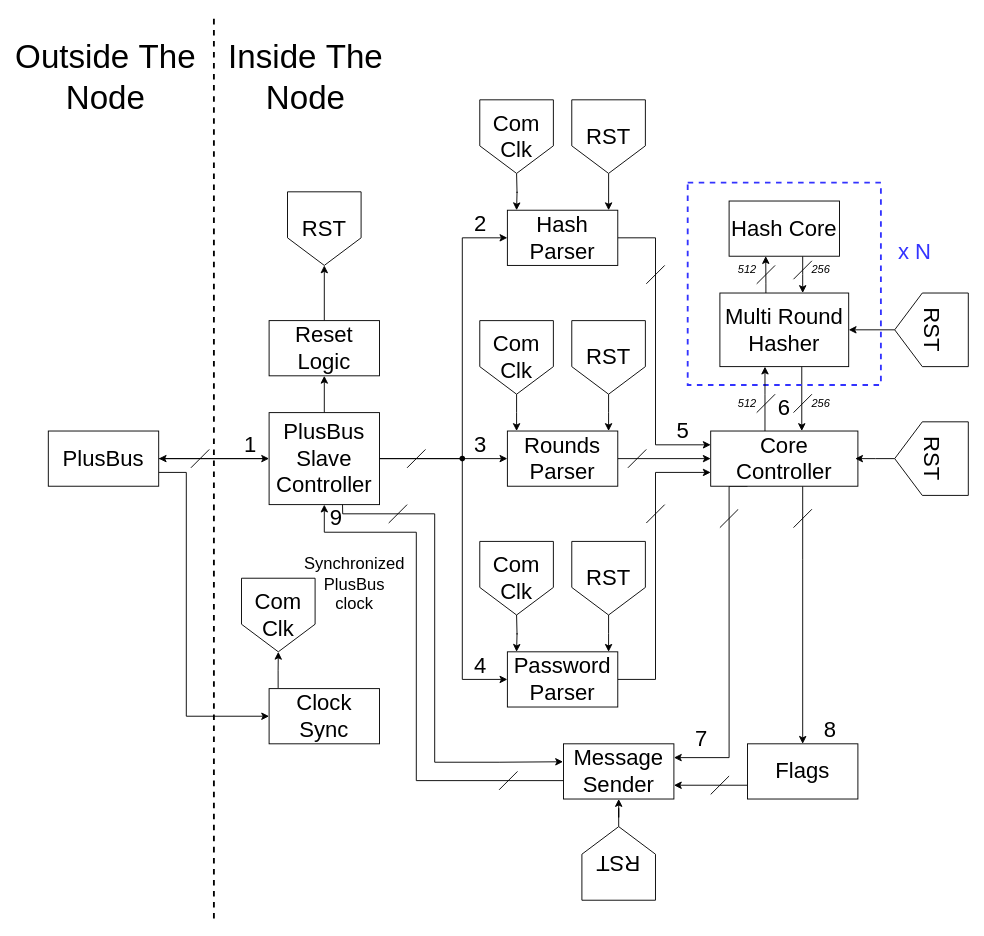
Before: figures/prototype/node_structure/node_structure.drawio in Niclasapdk/ESD3_project, a draw.io diagram. Source tidied: cells renumbered, new cells numbered last; positions are measured from the earlier drawing's top-left corner, leaving out a move shared by most shapes. Both pictures are drawn from the tidied source at 92%, with x=0, y=0 at pixel (29, 17).
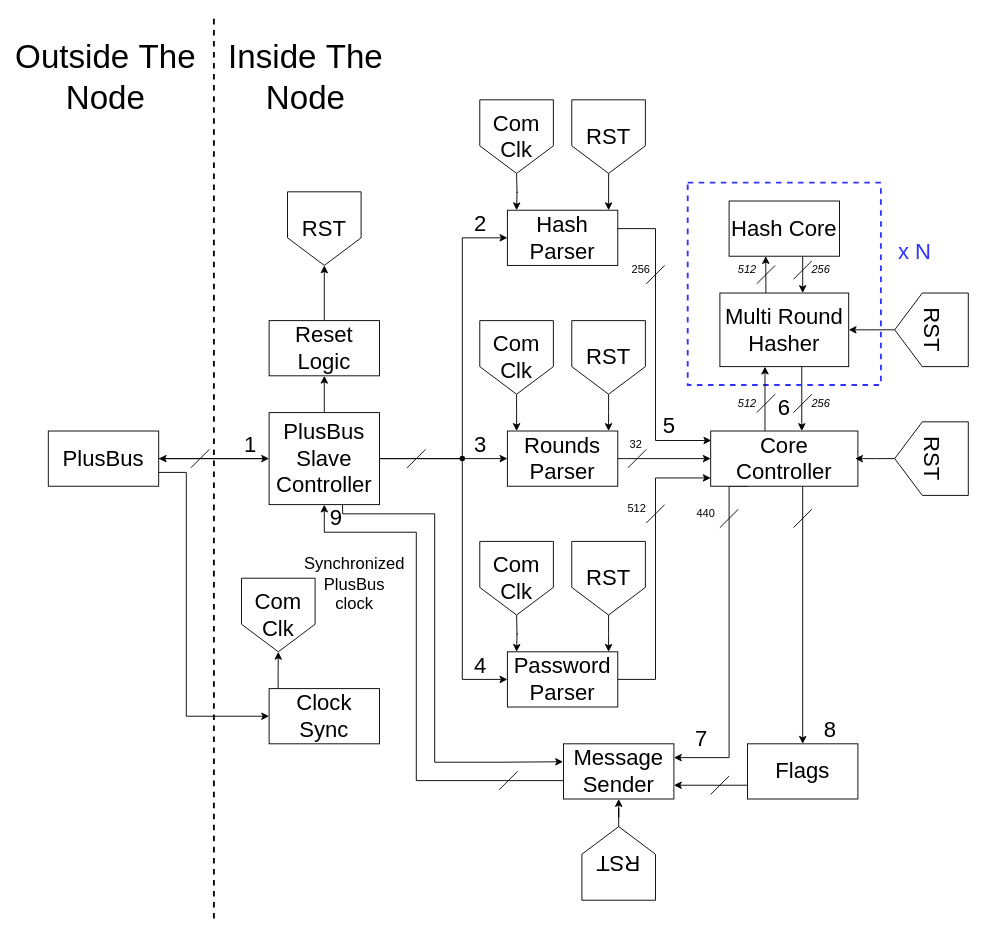
Above is the later version.

Unchanged cells that the change refers to:
```xml
<mxCell id="20" value="&lt;font style=&quot;font-size: 24px;&quot;&gt;Hash Parser&lt;br&gt;&lt;/font&gt;" style="rounded=0;html=1;fontSize=16;whiteSpace=wrap;" parent="1" vertex="1">
  <mxGeometry x="519" y="210" width="120" height="60" as="geometry" />
</mxCell>
<mxCell id="22" value="&lt;font style=&quot;font-size: 24px;&quot;&gt;Password Parser&lt;br&gt;&lt;/font&gt;" style="rounded=0;html=1;fontSize=16;whiteSpace=wrap;" parent="1" vertex="1">
  <mxGeometry x="519" y="690" width="120" height="60" as="geometry" />
</mxCell>
```

What changed in the source:
```diff
@@
-    <mxCell id="19" style="edgeStyle=orthogonalEdgeStyle;rounded=0;jettySize=auto;html=1;entryX=0;entryY=0.25;entryDx=0;entryDy=0;" parent="1" edge="1" source="20" target="37">
+    <mxCell id="19" style="edgeStyle=orthogonalEdgeStyle;rounded=0;jettySize=auto;html=1;entryX=0.004;entryY=0.172;entryDx=0;entryDy=0;entryPerimeter=0;" parent="1" edge="1" target="37">
       <mxGeometry relative="1" as="geometry">
+        <mxPoint x="630" y="230" as="sourcePoint" />
         <Array as="points">
-          <mxPoint x="680" y="240" />
-          <mxPoint x="680" y="465" />
+          <mxPoint x="680" y="230" />
+          <mxPoint x="680" y="460" />
+          <mxPoint x="741" y="460" />
         </Array>
       </mxGeometry>
     </mxCell>
@@
-    <mxCell id="21" style="edgeStyle=orthogonalEdgeStyle;rounded=0;jettySize=auto;html=1;entryX=0;entryY=0.75;entryDx=0;entryDy=0;" parent="1" edge="1" source="22" target="37">
+    <mxCell id="21" style="edgeStyle=orthogonalEdgeStyle;rounded=0;jettySize=auto;html=1;entryX=0;entryY=0.85;entryDx=0;entryDy=0;entryPerimeter=0;" parent="1" edge="1" target="37">
       <mxGeometry relative="1" as="geometry">
+        <mxPoint x="614" y="720" as="sourcePoint" />
         <Array as="points">
           <mxPoint x="680" y="720" />
-          <mxPoint x="680" y="495" />
+          <mxPoint x="680" y="501" />
         </Array>
       </mxGeometry>
     </mxCell>
@@
-    <mxCell id="37" value="&lt;font style=&quot;font-size: 24px;&quot;&gt;Core Controller&lt;br&gt;&lt;/font&gt;" style="rounded=0;html=1;fontSize=16;whiteSpace=wrap;" parent="1" vertex="1">
+    <mxCell id="37" value="&lt;font style=&quot;font-size: 24px;&quot;&gt;Core Controller&lt;br&gt;&lt;/font&gt;" style="rounded=0;html=1;fontSize=16;whiteSpace=wrap;points=[[0,0,0,0,0],[0,0.15,0,0,0],[0,0.5,0,0,0],[0,0.85,0,0,0],[0,1,0,0,0],[0.25,0,0,0,0],[0.25,1,0,0,0],[0.5,0,0,0,0],[0.5,1,0,0,0],[0.75,0,0,0,0],[0.75,1,0,0,0],[1,0,0,0,0],[1,0.25,0,0,0],[1,0.5,0,0,0],[1,0.75,0,0,0],[1,1,0,0,0]];" parent="1" vertex="1">
       <mxGeometry x="740" y="450" width="160" height="60" as="geometry" />
     </mxCell>
@@
     <mxCell id="56" value="&lt;font style=&quot;font-size: 24px;&quot;&gt;5&lt;/font&gt;" style="text;html=1;strokeColor=none;fillColor=none;align=center;verticalAlign=middle;rounded=0;whiteSpace=wrap;" parent="1" vertex="1">
-      <mxGeometry x="680" y="435" width="60" height="30" as="geometry" />
+      <mxGeometry x="680" y="430" width="30" height="30" as="geometry" />
     </mxCell>
@@
-    <mxCell id="80" style="endArrow=none;html=1;rounded=0;" parent="1" edge="1">
-      <mxGeometry relative="1" as="geometry">
-        <mxPoint x="390" y="550" as="sourcePoint" />
-        <mxPoint x="410" y="530" as="targetPoint" />
-      </mxGeometry>
-    </mxCell>
@@
+    <mxCell id="89" value="512" style="text;html=1;strokeColor=none;fillColor=none;align=center;verticalAlign=middle;whiteSpace=wrap;rounded=0;" parent="1" vertex="1">
+      <mxGeometry x="640" y="520" width="40" height="30" as="geometry" />
+    </mxCell>
+    <mxCell id="90" value="256" style="text;html=1;strokeColor=none;fillColor=none;align=center;verticalAlign=middle;whiteSpace=wrap;rounded=0;" parent="1" vertex="1">
+      <mxGeometry x="649" y="260" width="31" height="30" as="geometry" />
+    </mxCell>
+    <mxCell id="91" value="32" style="text;html=1;strokeColor=none;fillColor=none;align=center;verticalAlign=middle;whiteSpace=wrap;rounded=0;" parent="1" vertex="1">
+      <mxGeometry x="649" y="455" width="20" height="20" as="geometry" />
+    </mxCell>
+    <mxCell id="92" value="440" style="text;html=1;strokeColor=none;fillColor=none;align=center;verticalAlign=middle;whiteSpace=wrap;rounded=0;" parent="1" vertex="1">
+      <mxGeometry x="720" y="530" width="30" height="20" as="geometry" />
+    </mxCell>
```
